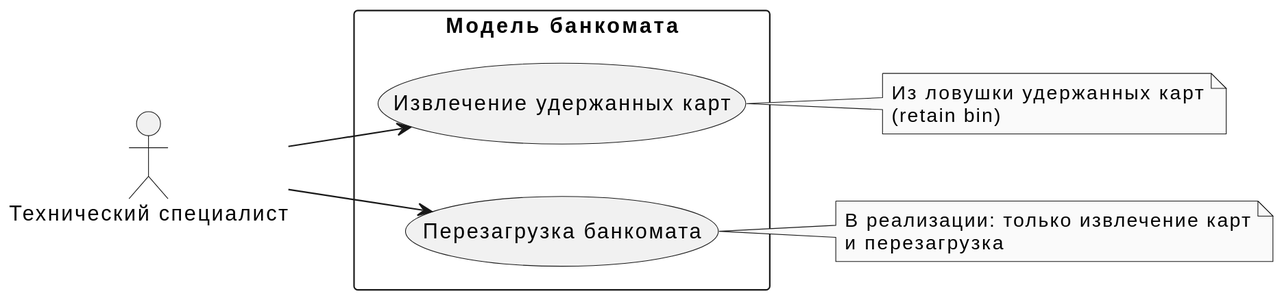
The PlantUML diagram labs/lab_1/ATM/uml/img/ATM_Technician_UseCases.svg in vodo4kin/PPOIS_2sem, before a commit.
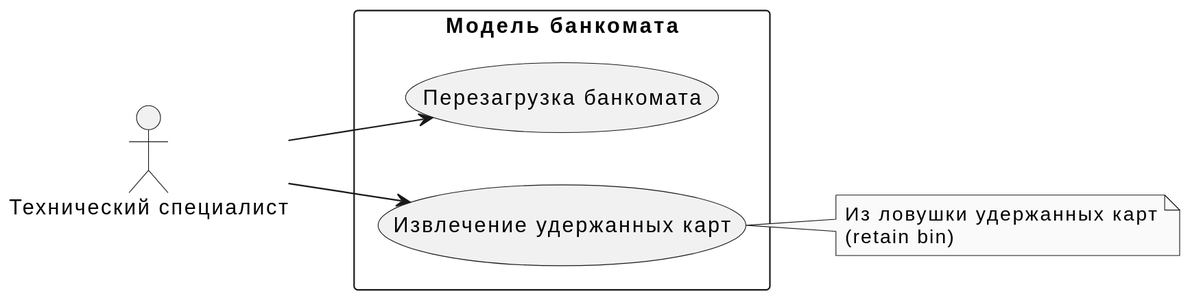
After the commit.

Change to the diagram source:
```diff
@@ -20,9 +20,4 @@
   Из ловушки удержанных карт
   (retain bin)
 end note
-
-note right of Reboot
-  В реализации: только извлечение карт
-  и перезагрузка
-end note
 @enduml
```
